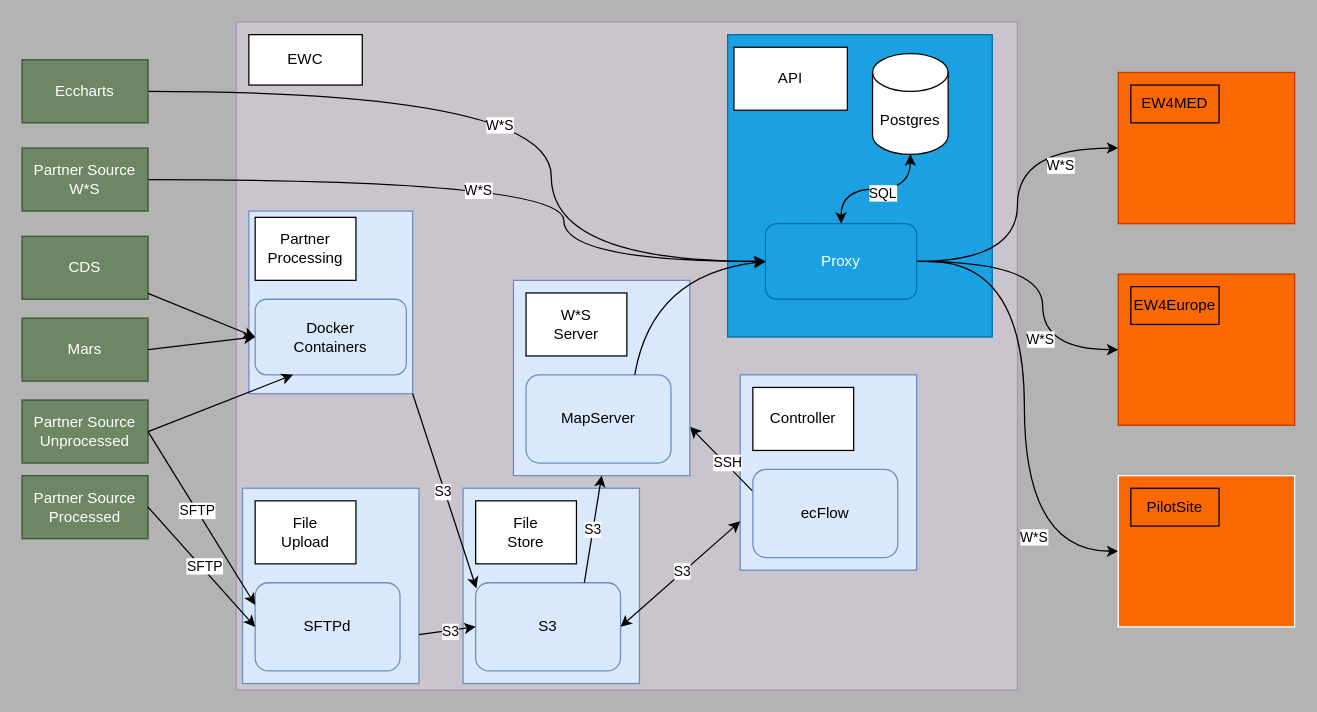
ec-snee/draw-io keeps this draw.io diagram as gobeyond-api-tech.processing-in-core.drawio. Above is the earlier version. Source tidied: cells renumbered, new cells numbered last; positions are measured from the earlier drawing's top-left corner, leaving out a move shared by most shapes. Both pictures are drawn from the tidied source at 126%, with x=0, y=0 at pixel (21, 21).
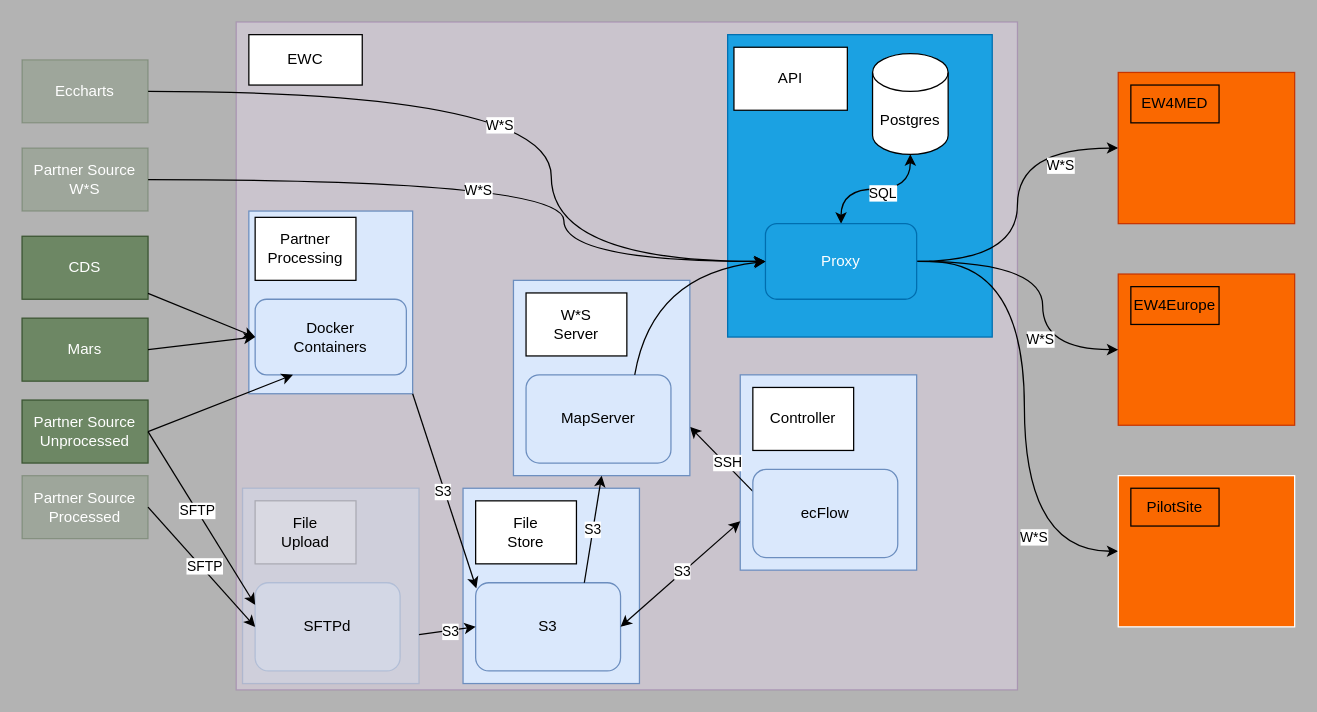
Above is the later version.

Commit message:
greyed out docker processing use case

The edit, as a diff of the source:
```diff
@@
-    <mxCell id="30" value="Partner Source&lt;div&gt;Processed&lt;/div&gt;" style="rounded=0;whiteSpace=wrap;html=1;fillColor=#6d8764;fontColor=#ffffff;strokeColor=#3A5431;" parent="1" vertex="1">
+    <mxCell id="30" value="Partner Source&lt;div&gt;Processed&lt;/div&gt;" style="rounded=0;whiteSpace=wrap;html=1;fillColor=#6d8764;fontColor=#ffffff;strokeColor=#3A5431;opacity=30;" parent="1" vertex="1">
       <mxGeometry y="360" width="100" height="50" as="geometry" />
     </mxCell>
@@
-    <mxCell id="33" value="Partner Source&lt;br&gt;W*S" style="rounded=0;whiteSpace=wrap;html=1;fillColor=#6d8764;fontColor=#ffffff;strokeColor=#3A5431;" parent="1" vertex="1">
+    <mxCell id="33" value="Partner Source&lt;br&gt;W*S" style="rounded=0;whiteSpace=wrap;html=1;fillColor=#6d8764;fontColor=#ffffff;strokeColor=#3A5431;opacity=30;" parent="1" vertex="1">
       <mxGeometry y="100" width="100" height="50" as="geometry" />
     </mxCell>
@@
-    <mxCell id="36" value="Eccharts" style="rounded=0;whiteSpace=wrap;html=1;fillColor=#6d8764;fontColor=#ffffff;strokeColor=#3A5431;" parent="1" vertex="1">
+    <mxCell id="36" value="Eccharts" style="rounded=0;whiteSpace=wrap;html=1;fillColor=#6d8764;fontColor=#ffffff;strokeColor=#3A5431;opacity=30;" parent="1" vertex="1">
       <mxGeometry y="30" width="100" height="50" as="geometry" />
     </mxCell>
@@
-    <mxCell id="43" style="rounded=0;whiteSpace=wrap;html=1;fillColor=#dae8fc;strokeColor=#6c8ebf;" parent="1" vertex="1">
+    <mxCell id="43" style="rounded=0;whiteSpace=wrap;html=1;fillColor=#dae8fc;strokeColor=#6c8ebf;opacity=30;" parent="1" vertex="1">
       <mxGeometry x="175" y="370" width="140" height="155" as="geometry" />
     </mxCell>
-    <mxCell id="44" value="&lt;div&gt;File&lt;/div&gt;Upload" style="rounded=0;whiteSpace=wrap;html=1;" parent="1" vertex="1">
+    <mxCell id="44" value="&lt;div&gt;File&lt;/div&gt;Upload" style="rounded=0;whiteSpace=wrap;html=1;opacity=20;" parent="1" vertex="1">
       <mxGeometry x="185" y="380" width="80" height="50" as="geometry" />
     </mxCell>
-    <mxCell id="45" value="SFTPd" style="rounded=1;whiteSpace=wrap;html=1;fillColor=#dae8fc;strokeColor=#6c8ebf;" parent="1" vertex="1">
+    <mxCell id="45" value="SFTPd" style="rounded=1;whiteSpace=wrap;html=1;fillColor=#dae8fc;strokeColor=#6c8ebf;opacity=30;" parent="1" vertex="1">
       <mxGeometry x="185" y="445" width="115" height="70" as="geometry" />
     </mxCell>
```
